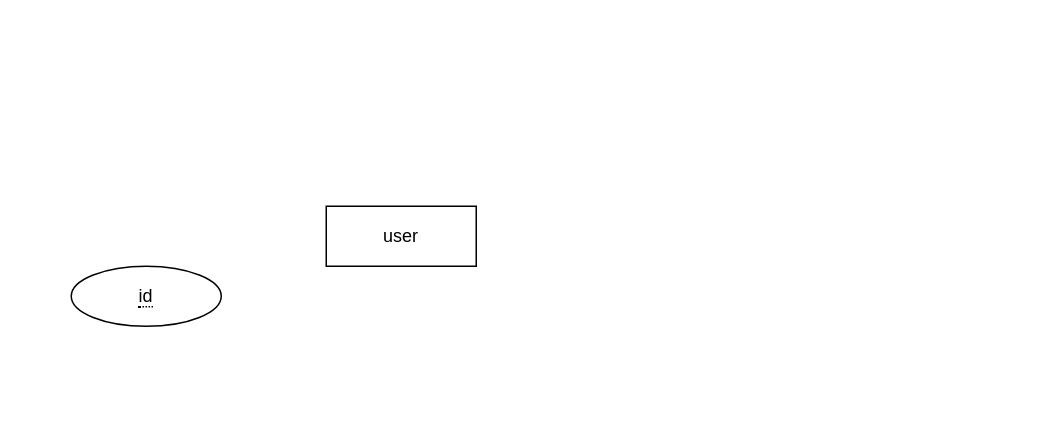
Above: Untitled Diagram.drawio in suckitfa/- (draw.io), before the change. Source tidied: cells renumbered, new cells numbered last; positions are measured from the earlier drawing's top-left corner, leaving out a move shared by most shapes. Both pictures are drawn from the tidied source at 150%, with x=0, y=0 at pixel (70, 206).
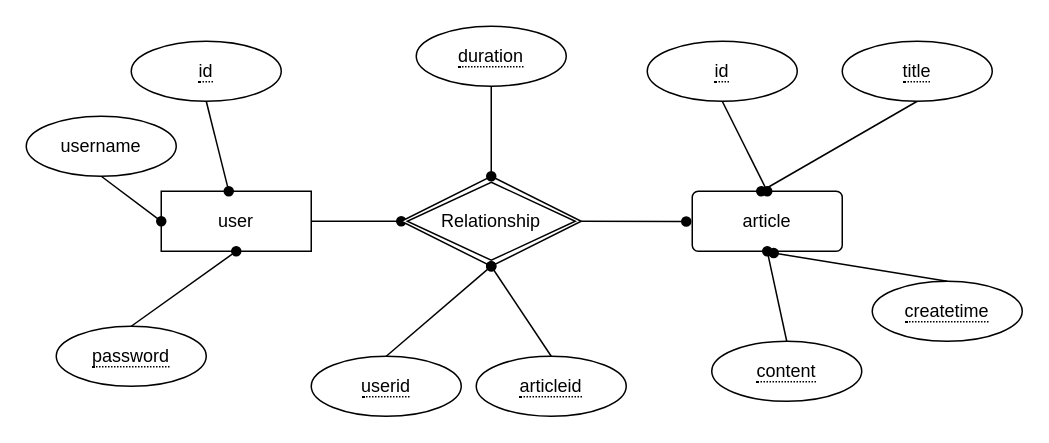
Above is the later version.

Diff of the diagram source:
```diff
@@
+    <mxCell id="4" style="edgeStyle=none;rounded=0;jettySize=auto;html=1;exitX=1;exitY=0.5;exitDx=0;exitDy=0;entryX=0;entryY=0.5;entryDx=0;entryDy=0;endArrow=oval;endFill=1;" parent="1" edge="1" source="2" target="20">
+      <mxGeometry relative="1" as="geometry" />
+    </mxCell>
     <mxCell id="2" value="user" style="whiteSpace=wrap;html=1;align=center;" parent="1" vertex="1">
-      <mxGeometry x="170" width="100" height="40" as="geometry" />
+      <mxGeometry x="60" y="-10" width="100" height="40" as="geometry" />
     </mxCell>
+    <mxCell id="5" style="rounded=0;jettySize=auto;html=1;exitX=0.5;exitY=1;exitDx=0;exitDy=0;endArrow=oval;endFill=1;" parent="1" edge="1" source="3" target="2">
+      <mxGeometry relative="1" as="geometry" />
+    </mxCell>
     <mxCell id="3" value="&lt;span style=&quot;border-bottom: 1px dotted&quot;&gt;id&lt;/span&gt;" style="ellipse;whiteSpace=wrap;html=1;align=center;" parent="1" vertex="1">
-      <mxGeometry y="40" width="100" height="40" as="geometry" />
+      <mxGeometry x="40" y="-110" width="100" height="40" as="geometry" />
     </mxCell>
+    <mxCell id="6" style="edgeStyle=none;rounded=0;jettySize=auto;html=1;exitX=0.5;exitY=1;exitDx=0;exitDy=0;entryX=0;entryY=0.5;entryDx=0;entryDy=0;endArrow=oval;endFill=1;" parent="1" edge="1" source="7" target="2">
+      <mxGeometry relative="1" as="geometry" />
+    </mxCell>
+    <mxCell id="7" value="username&lt;br&gt;" style="ellipse;whiteSpace=wrap;html=1;align=center;" parent="1" vertex="1">
+      <mxGeometry x="-30" y="-60" width="100" height="40" as="geometry" />
+    </mxCell>
+    <mxCell id="8" style="edgeStyle=none;rounded=0;jettySize=auto;html=1;exitX=0.5;exitY=0;exitDx=0;exitDy=0;entryX=0.5;entryY=1;entryDx=0;entryDy=0;endArrow=oval;endFill=1;" parent="1" edge="1" source="9" target="2">
+      <mxGeometry relative="1" as="geometry" />
+    </mxCell>
+    <mxCell id="9" value="&lt;span style=&quot;border-bottom: 1px dotted&quot;&gt;password&lt;br&gt;&lt;/span&gt;" style="ellipse;whiteSpace=wrap;html=1;align=center;" parent="1" vertex="1">
+      <mxGeometry x="-10" y="80" width="100" height="40" as="geometry" />
+    </mxCell>
+    <mxCell id="10" value="article" style="rounded=1;arcSize=10;whiteSpace=wrap;html=1;align=center;" parent="1" vertex="1">
+      <mxGeometry x="414" y="-10" width="100" height="40" as="geometry" />
+    </mxCell>
+    <mxCell id="11" style="edgeStyle=none;rounded=0;jettySize=auto;html=1;exitX=0.5;exitY=1;exitDx=0;exitDy=0;entryX=0.5;entryY=0;entryDx=0;entryDy=0;endArrow=oval;endFill=1;" parent="1" edge="1" source="12" target="10">
+      <mxGeometry relative="1" as="geometry" />
+    </mxCell>
+    <mxCell id="12" value="&lt;span style=&quot;border-bottom: 1px dotted&quot;&gt;id&lt;br&gt;&lt;/span&gt;" style="ellipse;whiteSpace=wrap;html=1;align=center;" parent="1" vertex="1">
+      <mxGeometry x="384" y="-110" width="100" height="40" as="geometry" />
+    </mxCell>
+    <mxCell id="13" style="edgeStyle=none;rounded=0;jettySize=auto;html=1;exitX=0.5;exitY=1;exitDx=0;exitDy=0;endArrow=oval;endFill=1;" parent="1" edge="1" source="14">
+      <mxGeometry relative="1" as="geometry">
+        <mxPoint x="460" y="-10" as="targetPoint" />
+      </mxGeometry>
+    </mxCell>
+    <mxCell id="14" value="&lt;span style=&quot;border-bottom: 1px dotted&quot;&gt;title&lt;br&gt;&lt;/span&gt;" style="ellipse;whiteSpace=wrap;html=1;align=center;" parent="1" vertex="1">
+      <mxGeometry x="514" y="-110" width="100" height="40" as="geometry" />
+    </mxCell>
+    <mxCell id="15" style="edgeStyle=none;rounded=0;jettySize=auto;html=1;exitX=0.5;exitY=0;exitDx=0;exitDy=0;entryX=0.543;entryY=1.03;entryDx=0;entryDy=0;entryPerimeter=0;endArrow=oval;endFill=1;" parent="1" edge="1" source="16" target="10">
+      <mxGeometry relative="1" as="geometry" />
+    </mxCell>
+    <mxCell id="16" value="&lt;span style=&quot;border-bottom: 1px dotted&quot;&gt;createtime&lt;br&gt;&lt;/span&gt;" style="ellipse;whiteSpace=wrap;html=1;align=center;" parent="1" vertex="1">
+      <mxGeometry x="534" y="50" width="100" height="40" as="geometry" />
+    </mxCell>
+    <mxCell id="17" style="edgeStyle=none;rounded=0;jettySize=auto;html=1;exitX=0.5;exitY=0;exitDx=0;exitDy=0;entryX=0.5;entryY=1;entryDx=0;entryDy=0;endArrow=oval;endFill=1;" parent="1" edge="1" source="18" target="10">
+      <mxGeometry relative="1" as="geometry" />
+    </mxCell>
+    <mxCell id="18" value="&lt;span style=&quot;border-bottom: 1px dotted&quot;&gt;content&lt;br&gt;&lt;/span&gt;" style="ellipse;whiteSpace=wrap;html=1;align=center;" parent="1" vertex="1">
+      <mxGeometry x="427" y="90" width="100" height="40" as="geometry" />
+    </mxCell>
+    <mxCell id="19" style="edgeStyle=none;rounded=0;jettySize=auto;html=1;exitX=1;exitY=0.5;exitDx=0;exitDy=0;endArrow=oval;endFill=1;" parent="1" edge="1" source="20">
+      <mxGeometry relative="1" as="geometry">
+        <mxPoint x="410" y="10.2" as="targetPoint" />
+      </mxGeometry>
+    </mxCell>
+    <mxCell id="20" value="Relationship" style="shape=rhombus;double=1;perimeter=rhombusPerimeter;whiteSpace=wrap;html=1;align=center;" parent="1" vertex="1">
+      <mxGeometry x="220" y="-20" width="120" height="60" as="geometry" />
+    </mxCell>
+    <mxCell id="21" style="edgeStyle=none;rounded=0;jettySize=auto;html=1;exitX=0.5;exitY=1;exitDx=0;exitDy=0;entryX=0.5;entryY=0;entryDx=0;entryDy=0;endArrow=oval;endFill=1;" parent="1" edge="1" source="22" target="20">
+      <mxGeometry relative="1" as="geometry" />
+    </mxCell>
+    <mxCell id="22" value="&lt;span style=&quot;border-bottom: 1px dotted&quot;&gt;duration&lt;br&gt;&lt;/span&gt;" style="ellipse;whiteSpace=wrap;html=1;align=center;" parent="1" vertex="1">
+      <mxGeometry x="230" y="-120" width="100" height="40" as="geometry" />
+    </mxCell>
+    <mxCell id="23" style="edgeStyle=none;rounded=0;jettySize=auto;html=1;exitX=0.5;exitY=0;exitDx=0;exitDy=0;entryX=0.5;entryY=1;entryDx=0;entryDy=0;endArrow=oval;endFill=1;" parent="1" edge="1" source="24" target="20">
+      <mxGeometry relative="1" as="geometry" />
+    </mxCell>
+    <mxCell id="24" value="&lt;span style=&quot;border-bottom: 1px dotted&quot;&gt;userid&lt;/span&gt;" style="ellipse;whiteSpace=wrap;html=1;align=center;" parent="1" vertex="1">
+      <mxGeometry x="160" y="100" width="100" height="40" as="geometry" />
+    </mxCell>
+    <mxCell id="25" style="edgeStyle=none;rounded=0;jettySize=auto;html=1;exitX=0.5;exitY=0;exitDx=0;exitDy=0;endArrow=oval;endFill=1;" parent="1" edge="1" source="26">
+      <mxGeometry relative="1" as="geometry">
+        <mxPoint x="280" y="40" as="targetPoint" />
+      </mxGeometry>
+    </mxCell>
+    <mxCell id="26" value="&lt;span style=&quot;border-bottom: 1px dotted&quot;&gt;articleid&lt;/span&gt;" style="ellipse;whiteSpace=wrap;html=1;align=center;" parent="1" vertex="1">
+      <mxGeometry x="270" y="100" width="100" height="40" as="geometry" />
+    </mxCell>
```
